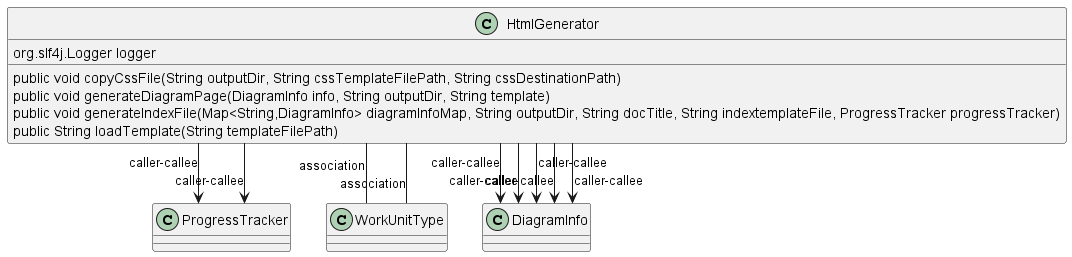
Before: javadoc/html/images/com_pjsoft_j2arch_docgen_pumldoc_util_HtmlGenerator.png, a diagram exported from PlantUML (jags-programming/j2arch). The source it was exported from:
```plantuml
@startuml
skinparam linetype Ortho
class HtmlGenerator {
    org.slf4j.Logger logger
    public void copyCssFile(String outputDir, String cssTemplateFilePath, String cssDestinationPath)
    public void generateDiagramPage(DiagramInfo info, String outputDir, String template)
    public void generateIndexFile(Map<String,DiagramInfo> diagramInfoMap, String outputDir, String docTitle, String indextemplateFile, ProgressTracker progressTracker)
    public String loadTemplate(String templateFilePath)
}
HtmlGenerator --> ProgressTracker : caller-callee
HtmlGenerator --> ProgressTracker : caller-callee
HtmlGenerator -- WorkUnitType : association
HtmlGenerator -- WorkUnitType : association
HtmlGenerator --> DiagramInfo : caller-callee
HtmlGenerator --> DiagramInfo : caller-callee
HtmlGenerator --> DiagramInfo : caller-callee
HtmlGenerator --> DiagramInfo : caller-callee
HtmlGenerator --> DiagramInfo : caller-callee
@enduml
```
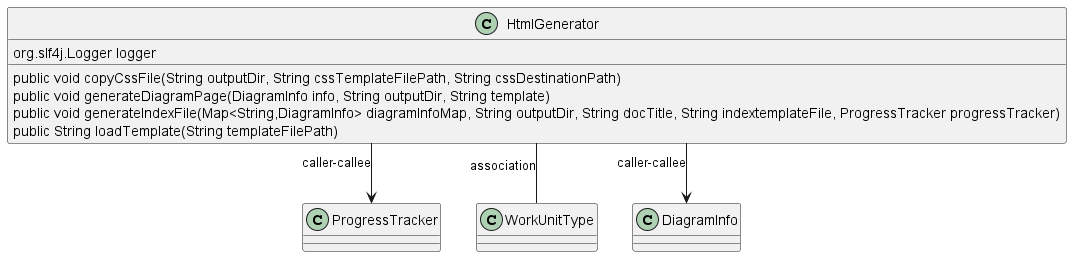
Above is the later version.

Diff of the diagram source:
```diff
@@ -8,12 +8,6 @@
     public String loadTemplate(String templateFilePath)
 }
 HtmlGenerator --> ProgressTracker : caller-callee
-HtmlGenerator --> ProgressTracker : caller-callee
-HtmlGenerator -- WorkUnitType : association
 HtmlGenerator -- WorkUnitType : association
 HtmlGenerator --> DiagramInfo : caller-callee
-HtmlGenerator --> DiagramInfo : caller-callee
-HtmlGenerator --> DiagramInfo : caller-callee
-HtmlGenerator --> DiagramInfo : caller-callee
-HtmlGenerator --> DiagramInfo : caller-callee
 @enduml
```
